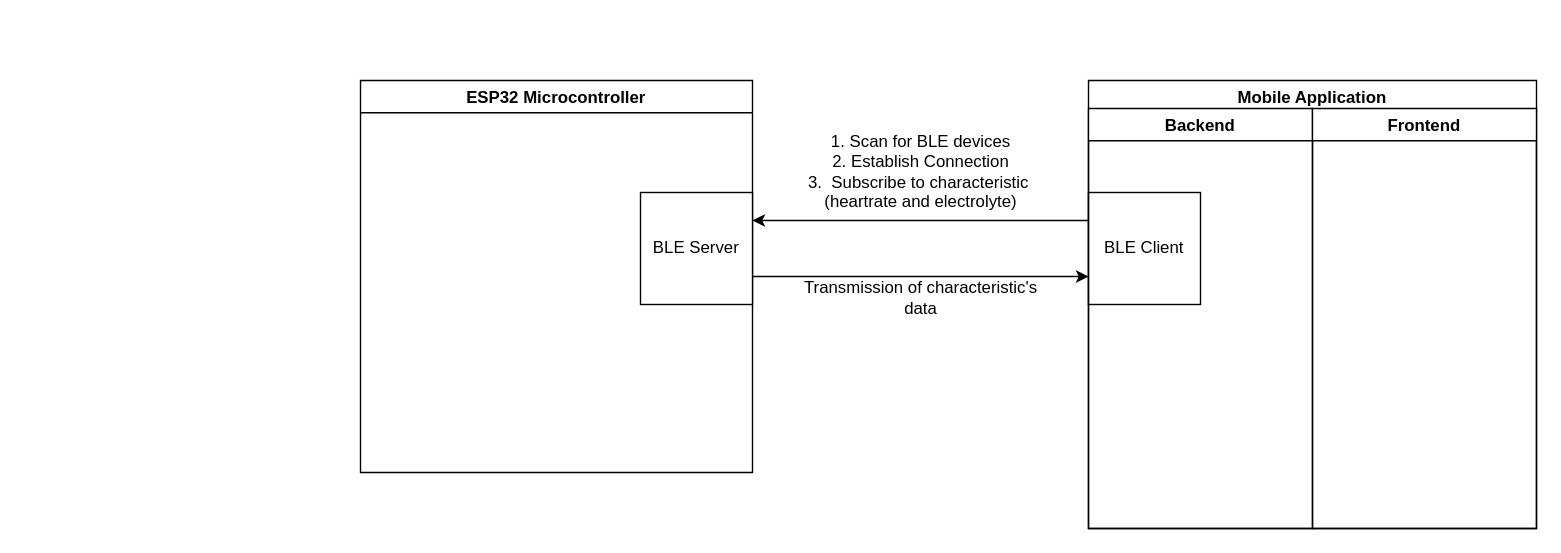
herbertbruyn/ECE477_HydraWise keeps this draw.io diagram as functional_diagram_477.drawio. Above is the earlier version. Source tidied: cells renumbered, new cells numbered last; positions are measured from the earlier drawing's top-left corner, leaving out a move shared by most shapes. Both pictures are drawn from the tidied source at 140%, with x=0, y=0 at pixel (360, 80).
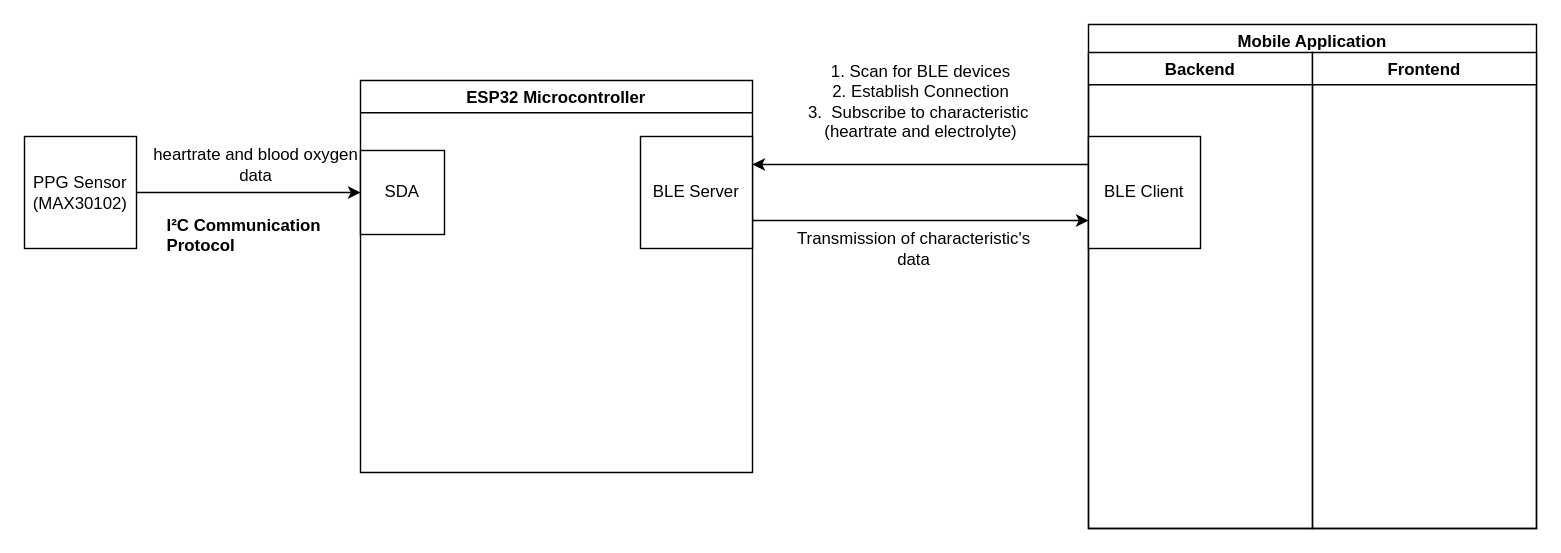
The same page after the edit.

Diff of the diagram source:
```diff
@@
 <mxGraphModel>
   <root>
     <mxCell id="0" />
     <mxCell id="1" parent="0" />
     <mxCell id="2" value="Mobile Application" style="swimlane;" parent="1" vertex="1">
-      <mxGeometry x="520" width="320" height="320" as="geometry" />
+      <mxGeometry x="520" y="-40" width="320" height="360" as="geometry" />
     </mxCell>
+    <mxCell id="4" value="Backend" style="swimlane;" parent="2" vertex="1">
+      <mxGeometry y="20" width="160" height="340" as="geometry" />
+    </mxCell>
-    <mxCell id="3" value="BLE Client" style="whiteSpace=wrap;html=1;" parent="2" vertex="1">
-      <mxGeometry y="80" width="80" height="80" as="geometry" />
+    <mxCell id="3" value="BLE Client" style="whiteSpace=wrap;html=1;" parent="4" vertex="1">
+      <mxGeometry y="60" width="80" height="80" as="geometry" />
     </mxCell>
-    <mxCell id="4" value="Backend" style="swimlane;" parent="2" vertex="1">
-      <mxGeometry y="20" width="160" height="300" as="geometry" />
-    </mxCell>
     <mxCell id="5" value="ESP32 Microcontroller" style="swimlane;" parent="1" vertex="1">
       <mxGeometry width="280" height="280" as="geometry" />
     </mxCell>
     <mxCell id="6" value="BLE Server" style="whiteSpace=wrap;html=1;" parent="5" vertex="1">
-      <mxGeometry x="200" y="80" width="80" height="80" as="geometry" />
+      <mxGeometry x="200" y="40" width="80" height="80" as="geometry" />
     </mxCell>
+    <mxCell id="12" value="SDA" style="whiteSpace=wrap;html=1;" parent="5" vertex="1">
+      <mxGeometry y="50" width="60" height="60" as="geometry" />
+    </mxCell>
     <mxCell id="7" style="edgeStyle=orthogonalEdgeStyle;rounded=0;jettySize=auto;html=1;exitX=0;exitY=0.25;exitDx=0;exitDy=0;entryX=1;entryY=0.25;entryDx=0;entryDy=0;" parent="1" edge="1" source="3" target="6">
       <mxGeometry relative="1" as="geometry" />
     </mxCell>
     <mxCell id="8" style="edgeStyle=orthogonalEdgeStyle;rounded=0;jettySize=auto;html=1;exitX=1;exitY=0.75;exitDx=0;exitDy=0;entryX=0;entryY=0.75;entryDx=0;entryDy=0;" parent="1" edge="1" source="6" target="3">
       <mxGeometry relative="1" as="geometry" />
     </mxCell>
     <mxCell id="9" value="Transmission of characteristic's&lt;div&gt;data&lt;/div&gt;" style="text;html=1;align=center;verticalAlign=middle;strokeColor=none;fillColor=none;" parent="1" vertex="1">
-      <mxGeometry x="305" y="135" width="190" height="40" as="geometry" />
+      <mxGeometry x="300" y="100" width="190" height="40" as="geometry" />
     </mxCell>
     <mxCell id="10" value="1. Scan for BLE devices&lt;div&gt;2. Establish Connection&lt;/div&gt;&lt;div&gt;3.&amp;nbsp; Subscribe to characteristic&amp;nbsp;&lt;/div&gt;&lt;div&gt;(heartrate and electrolyte)&lt;/div&gt;" style="text;html=1;align=center;verticalAlign=middle;strokeColor=none;fillColor=none;" parent="1" vertex="1">
-      <mxGeometry x="310" y="30" width="180" height="70" as="geometry" />
+      <mxGeometry x="310" y="-20" width="180" height="70" as="geometry" />
     </mxCell>
     <mxCell id="11" value="Frontend" style="swimlane;startSize=23;" parent="1" vertex="1">
-      <mxGeometry x="680" y="20" width="160" height="300" as="geometry" />
+      <mxGeometry x="680" y="-20" width="160" height="340" as="geometry" />
     </mxCell>
+    <mxCell id="13" style="edgeStyle=orthogonalEdgeStyle;rounded=0;jettySize=auto;html=1;exitX=1;exitY=0.5;exitDx=0;exitDy=0;entryX=0;entryY=0.5;entryDx=0;entryDy=0;" parent="1" edge="1" source="14" target="12">
+      <mxGeometry relative="1" as="geometry" />
+    </mxCell>
+    <mxCell id="14" value="PPG Sensor&lt;div&gt;(MAX30102)&lt;/div&gt;" style="whiteSpace=wrap;html=1;" parent="1" vertex="1">
+      <mxGeometry x="-240" y="40" width="80" height="80" as="geometry" />
+    </mxCell>
+    <mxCell id="15" value="&lt;font face=&quot;Helvetica&quot;&gt;&lt;b&gt;I²C Communication Protocol&lt;/b&gt;&lt;/font&gt;" style="text;whiteSpace=wrap;html=1;" parent="1" vertex="1">
+      <mxGeometry x="-140" y="90" width="130" height="40" as="geometry" />
+    </mxCell>
+    <mxCell id="16" value="heartrate and blood oxygen&lt;div&gt;data&lt;/div&gt;" style="text;html=1;align=center;verticalAlign=middle;strokeColor=none;fillColor=none;" parent="1" vertex="1">
+      <mxGeometry x="-160" y="40" width="170" height="40" as="geometry" />
+    </mxCell>
   </root>
 </mxGraphModel>
```
